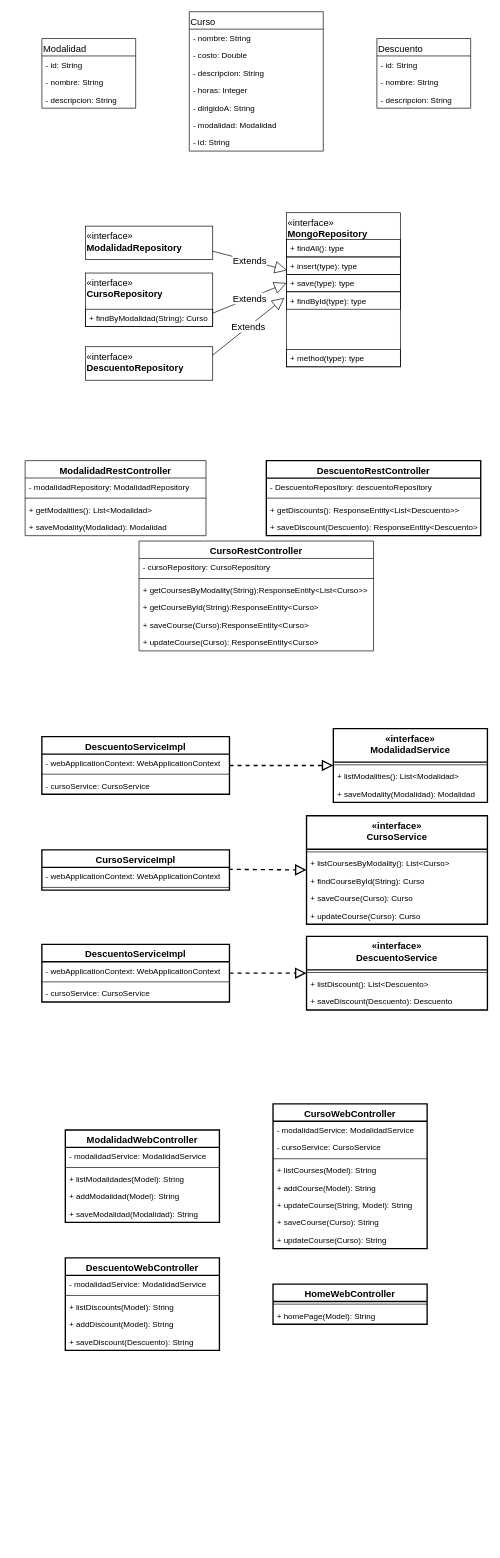
This is page "Clases" (3 of 3) of Analisis/Diagramas.drawio from j2buzon/JuanJoseBuzonPruebaJavaItehlDigital, a draw.io file, before an edit. Source tidied: cells renumbered, new cells numbered last; positions are measured from the earlier drawing's top-left corner, leaving out a move shared by most shapes. Both pictures are drawn from the tidied source at 67%, with x=0, y=0 at pixel (25, 11).
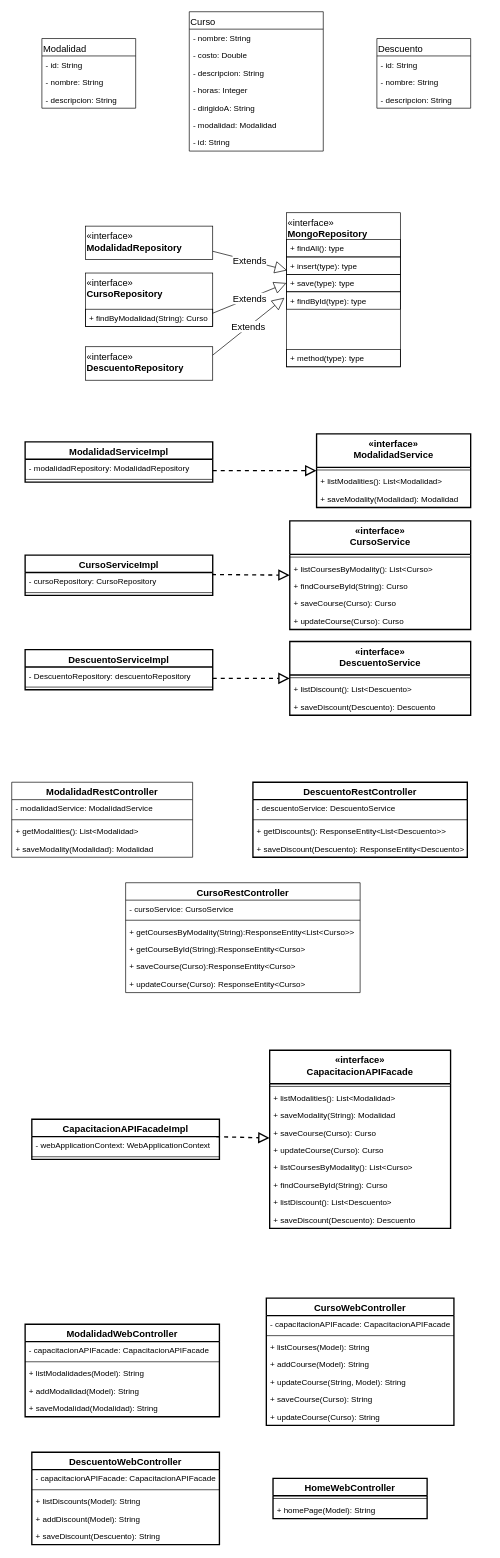
Above is the later version.

The edit, as a diff of the source:
```diff
@@
     <mxCell id="18" value="ModalidadRestController" style="swimlane;fontStyle=1;align=center;verticalAlign=top;horizontal=1;startSize=26;fontSize=14;" parent="1" vertex="1">
-      <mxGeometry y="670" width="270" height="112" as="geometry" />
+      <mxGeometry x="-20" y="1150" width="270" height="112" as="geometry" />
     </mxCell>
-    <mxCell id="19" value="- modalidadRepository: ModalidadRepository" style="text;strokeColor=none;fillColor=none;align=left;verticalAlign=top;spacingLeft=4;spacingRight=4;overflow=hidden;" parent="18" vertex="1">
+    <mxCell id="19" value="- modalidadService: ModalidadService" style="text;strokeColor=none;fillColor=none;align=left;verticalAlign=top;spacingLeft=4;spacingRight=4;overflow=hidden;" parent="18" vertex="1">
       <mxGeometry y="26" width="270" height="26" as="geometry" />
     </mxCell>
@@
     <mxCell id="37" value="CursoRestController" style="swimlane;fontStyle=1;align=center;verticalAlign=top;horizontal=1;startSize=26;fontSize=14;strokeColor=#000000;" parent="1" vertex="1">
-      <mxGeometry x="170" y="790" width="350" height="164" as="geometry" />
+      <mxGeometry x="150" y="1300" width="350" height="164" as="geometry" />
     </mxCell>
-    <mxCell id="38" value="- cursoRepository: CursoRepository" style="text;strokeColor=none;fillColor=none;align=left;verticalAlign=top;spacingLeft=4;spacingRight=4;overflow=hidden;" parent="37" vertex="1">
+    <mxCell id="38" value="- cursoService: CursoService" style="text;strokeColor=none;fillColor=none;align=left;verticalAlign=top;spacingLeft=4;spacingRight=4;overflow=hidden;" parent="37" vertex="1">
       <mxGeometry y="26" width="350" height="26" as="geometry" />
     </mxCell>
@@
     <mxCell id="44" value="DescuentoRestController" style="swimlane;fontStyle=1;align=center;verticalAlign=top;horizontal=1;startSize=26;fontSize=14;strokeColor=#000000;strokeWidth=2;" parent="1" vertex="1">
-      <mxGeometry x="360" y="670" width="320" height="112" as="geometry" />
+      <mxGeometry x="340" y="1150" width="320" height="112" as="geometry" />
     </mxCell>
-    <mxCell id="45" value="- DescuentoRepository: descuentoRepository" style="text;strokeColor=none;fillColor=none;align=left;verticalAlign=top;spacingLeft=4;spacingRight=4;overflow=hidden;" parent="44" vertex="1">
+    <mxCell id="45" value="- descuentoService: DescuentoService" style="text;strokeColor=none;fillColor=none;align=left;verticalAlign=top;spacingLeft=4;spacingRight=4;overflow=hidden;" parent="44" vertex="1">
       <mxGeometry y="26" width="320" height="26" as="geometry" />
     </mxCell>
@@
     <mxCell id="49" value="«interface»&#10;ModalidadService" style="swimlane;fontStyle=1;align=center;verticalAlign=top;horizontal=1;startSize=50;fontSize=14;strokeColor=#000000;strokeWidth=2;" parent="1" vertex="1">
-      <mxGeometry x="460" y="1070" width="230" height="110" as="geometry" />
+      <mxGeometry x="435" y="630" width="230" height="110" as="geometry" />
     </mxCell>
@@
-    <mxCell id="53" value="DescuentoServiceImpl" style="swimlane;fontStyle=1;align=center;verticalAlign=top;horizontal=1;startSize=26;fontSize=14;strokeColor=#000000;strokeWidth=2;" parent="1" vertex="1">
-      <mxGeometry x="25" y="1082" width="280" height="86" as="geometry" />
+    <mxCell id="53" value="ModalidadServiceImpl" style="swimlane;fontStyle=1;align=center;verticalAlign=top;horizontal=1;startSize=26;fontSize=14;strokeColor=#000000;strokeWidth=2;" parent="1" vertex="1">
+      <mxGeometry y="642" width="280" height="60" as="geometry" />
     </mxCell>
-    <mxCell id="54" value="- webApplicationContext: WebApplicationContext" style="text;strokeColor=none;fillColor=none;align=left;verticalAlign=top;spacingLeft=4;spacingRight=4;overflow=hidden;" parent="53" vertex="1">
+    <mxCell id="54" value="- modalidadRepository: ModalidadRepository" style="text;strokeColor=none;fillColor=none;align=left;verticalAlign=top;spacingLeft=4;spacingRight=4;overflow=hidden;" parent="53" vertex="1">
       <mxGeometry y="26" width="280" height="26" as="geometry" />
     </mxCell>
@@
-    <mxCell id="56" value="- cursoService: CursoService" style="text;strokeColor=none;fillColor=none;align=left;verticalAlign=top;spacingLeft=4;spacingRight=4;overflow=hidden;" parent="53" vertex="1">
-      <mxGeometry y="60" width="280" height="26" as="geometry" />
-    </mxCell>
     <mxCell id="57" style="endArrow=block;dashed=1;endFill=0;endSize=12;html=1;fontSize=14;strokeWidth=2;entryX=0;entryY=0.5;entryDx=0;entryDy=0;" parent="1" edge="1" target="49">
       <mxGeometry relative="1" as="geometry">
-        <mxPoint x="305" y="1125" as="sourcePoint" />
+        <mxPoint x="280" y="685" as="sourcePoint" />
       </mxGeometry>
     </mxCell>
     <mxCell id="58" value="«interface»&#10;CursoService" style="swimlane;fontStyle=1;align=center;verticalAlign=top;horizontal=1;startSize=50;fontSize=14;strokeColor=#000000;strokeWidth=2;" parent="1" vertex="1">
-      <mxGeometry x="420" y="1200" width="270" height="162" as="geometry" />
+      <mxGeometry x="395" y="760" width="270" height="162" as="geometry" />
     </mxCell>
@@
     <mxCell id="64" value="CursoServiceImpl" style="swimlane;fontStyle=1;align=center;verticalAlign=top;horizontal=1;startSize=26;fontSize=14;strokeColor=#000000;strokeWidth=2;" parent="1" vertex="1">
-      <mxGeometry x="25" y="1251" width="280" height="60" as="geometry" />
+      <mxGeometry y="811" width="280" height="60" as="geometry" />
     </mxCell>
-    <mxCell id="65" value="- webApplicationContext: WebApplicationContext" style="text;strokeColor=none;fillColor=none;align=left;verticalAlign=top;spacingLeft=4;spacingRight=4;overflow=hidden;points=[[0,0.5],[1,0.5]];portConstraint=eastwest;" parent="64" vertex="1">
+    <mxCell id="65" value="- cursoRepository: CursoRepository" style="text;strokeColor=none;fillColor=none;align=left;verticalAlign=top;spacingLeft=4;spacingRight=4;overflow=hidden;points=[[0,0.5],[1,0.5]];portConstraint=eastwest;" parent="64" vertex="1">
       <mxGeometry y="26" width="280" height="26" as="geometry" />
     </mxCell>
@@
     <mxCell id="68" value="«interface»&#10;DescuentoService" style="swimlane;fontStyle=1;align=center;verticalAlign=top;horizontal=1;startSize=50;fontSize=14;strokeColor=#000000;strokeWidth=2;" parent="1" vertex="1">
-      <mxGeometry x="420" y="1380" width="270" height="110" as="geometry" />
+      <mxGeometry x="395" y="940" width="270" height="110" as="geometry" />
     </mxCell>
@@
     <mxCell id="72" value="DescuentoServiceImpl" style="swimlane;fontStyle=1;align=center;verticalAlign=top;horizontal=1;startSize=26;fontSize=14;strokeColor=#000000;strokeWidth=2;" parent="1" vertex="1">
-      <mxGeometry x="25" y="1392" width="280" height="86" as="geometry" />
+      <mxGeometry y="952" width="280" height="60" as="geometry" />
     </mxCell>
-    <mxCell id="73" value="- webApplicationContext: WebApplicationContext" style="text;strokeColor=none;fillColor=none;align=left;verticalAlign=top;spacingLeft=4;spacingRight=4;overflow=hidden;" parent="72" vertex="1">
+    <mxCell id="73" value="- DescuentoRepository: descuentoRepository" style="text;strokeColor=none;fillColor=none;align=left;verticalAlign=top;spacingLeft=4;spacingRight=4;overflow=hidden;" parent="72" vertex="1">
       <mxGeometry y="26" width="280" height="26" as="geometry" />
     </mxCell>
@@
-    <mxCell id="75" value="- cursoService: CursoService" style="text;strokeColor=none;fillColor=none;align=left;verticalAlign=top;spacingLeft=4;spacingRight=4;overflow=hidden;" parent="72" vertex="1">
-      <mxGeometry y="60" width="280" height="26" as="geometry" />
-    </mxCell>
     <mxCell id="76" style="endArrow=block;dashed=1;endFill=0;endSize=12;html=1;fontSize=14;strokeWidth=2;entryX=0;entryY=0.5;entryDx=0;entryDy=0;" parent="1" edge="1" target="68">
       <mxGeometry relative="1" as="geometry">
-        <mxPoint x="305" y="1435" as="sourcePoint" />
+        <mxPoint x="280" y="995" as="sourcePoint" />
       </mxGeometry>
     </mxCell>
     <mxCell id="77" value="ModalidadWebController" style="swimlane;fontStyle=1;align=center;verticalAlign=top;horizontal=1;startSize=26;fontSize=14;strokeColor=#000000;strokeWidth=2;" parent="1" vertex="1">
-      <mxGeometry x="60" y="1669" width="230" height="138" as="geometry" />
+      <mxGeometry y="1959" width="290" height="138" as="geometry" />
     </mxCell>
-    <mxCell id="78" value="- modalidadService: ModalidadService" style="text;strokeColor=none;fillColor=none;align=left;verticalAlign=top;spacingLeft=4;spacingRight=4;overflow=hidden;" parent="77" vertex="1">
-      <mxGeometry y="26" width="230" height="26" as="geometry" />
+    <mxCell id="78" value="- capacitacionAPIFacade: CapacitacionAPIFacade" style="text;strokeColor=none;fillColor=none;align=left;verticalAlign=top;spacingLeft=4;spacingRight=4;overflow=hidden;" parent="77" vertex="1">
+      <mxGeometry y="26" width="290" height="26" as="geometry" />
     </mxCell>
     <mxCell id="79" style="line;strokeWidth=1;fillColor=none;align=left;verticalAlign=middle;spacingTop=-1;spacingLeft=3;spacingRight=3;labelPosition=right;" parent="77" vertex="1">
-      <mxGeometry y="52" width="230" height="8" as="geometry" />
+      <mxGeometry y="52" width="290" height="8" as="geometry" />
     </mxCell>
     <mxCell id="80" value="+ listModalidades(Model): String" style="text;strokeColor=none;fillColor=none;align=left;verticalAlign=top;spacingLeft=4;spacingRight=4;overflow=hidden;" parent="77" vertex="1">
-      <mxGeometry y="60" width="230" height="26" as="geometry" />
+      <mxGeometry y="60" width="290" height="26" as="geometry" />
     </mxCell>
     <mxCell id="81" value="+ addModalidad(Model): String" style="text;strokeColor=none;fillColor=none;align=left;verticalAlign=top;spacingLeft=4;spacingRight=4;overflow=hidden;" parent="77" vertex="1">
-      <mxGeometry y="86" width="230" height="26" as="geometry" />
+      <mxGeometry y="86" width="290" height="26" as="geometry" />
     </mxCell>
     <mxCell id="82" value="+ saveModalidad(Modalidad): String" style="text;strokeColor=none;fillColor=none;align=left;verticalAlign=top;spacingLeft=4;spacingRight=4;overflow=hidden;" parent="77" vertex="1">
-      <mxGeometry y="112" width="230" height="26" as="geometry" />
+      <mxGeometry y="112" width="290" height="26" as="geometry" />
     </mxCell>
     <mxCell id="83" value="CursoWebController" style="swimlane;fontStyle=1;align=center;verticalAlign=top;horizontal=1;startSize=26;fontSize=14;strokeColor=#000000;strokeWidth=2;" parent="1" vertex="1">
-      <mxGeometry x="370" y="1630" width="230" height="216" as="geometry" />
+      <mxGeometry x="360" y="1920" width="280" height="190" as="geometry" />
     </mxCell>
-    <mxCell id="84" value="- modalidadService: ModalidadService" style="text;strokeColor=none;fillColor=none;align=left;verticalAlign=top;spacingLeft=4;spacingRight=4;overflow=hidden;" parent="83" vertex="1">
-      <mxGeometry y="26" width="230" height="26" as="geometry" />
+    <mxCell id="84" value="- capacitacionAPIFacade: CapacitacionAPIFacade" style="text;strokeColor=none;fillColor=none;align=left;verticalAlign=top;spacingLeft=4;spacingRight=4;overflow=hidden;" parent="83" vertex="1">
+      <mxGeometry y="26" width="280" height="26" as="geometry" />
     </mxCell>
-    <mxCell id="85" value="- cursoService: CursoService" style="text;strokeColor=none;fillColor=none;align=left;verticalAlign=top;spacingLeft=4;spacingRight=4;overflow=hidden;" parent="83" vertex="1">
-      <mxGeometry y="52" width="230" height="26" as="geometry" />
-    </mxCell>
     <mxCell id="86" style="line;strokeWidth=1;fillColor=none;align=left;verticalAlign=middle;spacingTop=-1;spacingLeft=3;spacingRight=3;labelPosition=right;" parent="83" vertex="1">
-      <mxGeometry y="78" width="230" height="8" as="geometry" />
+      <mxGeometry y="52" width="280" height="8" as="geometry" />
     </mxCell>
     <mxCell id="87" value="+ listCourses(Model): String" style="text;strokeColor=none;fillColor=none;align=left;verticalAlign=top;spacingLeft=4;spacingRight=4;overflow=hidden;" parent="83" vertex="1">
-      <mxGeometry y="86" width="230" height="26" as="geometry" />
+      <mxGeometry y="60" width="280" height="26" as="geometry" />
     </mxCell>
     <mxCell id="88" value="+ addCourse(Model): String" style="text;strokeColor=none;fillColor=none;align=left;verticalAlign=top;spacingLeft=4;spacingRight=4;overflow=hidden;" parent="83" vertex="1">
-      <mxGeometry y="112" width="230" height="26" as="geometry" />
+      <mxGeometry y="86" width="280" height="26" as="geometry" />
     </mxCell>
     <mxCell id="89" value="+ updateCourse(String, Model): String" style="text;strokeColor=none;fillColor=none;align=left;verticalAlign=top;spacingLeft=4;spacingRight=4;overflow=hidden;" parent="83" vertex="1">
-      <mxGeometry y="138" width="230" height="26" as="geometry" />
+      <mxGeometry y="112" width="280" height="26" as="geometry" />
     </mxCell>
     <mxCell id="90" value="+ saveCourse(Curso): String" style="text;strokeColor=none;fillColor=none;align=left;verticalAlign=top;spacingLeft=4;spacingRight=4;overflow=hidden;" parent="83" vertex="1">
-      <mxGeometry y="164" width="230" height="26" as="geometry" />
+      <mxGeometry y="138" width="280" height="26" as="geometry" />
     </mxCell>
     <mxCell id="91" value="+ updateCourse(Curso): String" style="text;strokeColor=none;fillColor=none;align=left;verticalAlign=top;spacingLeft=4;spacingRight=4;overflow=hidden;" parent="83" vertex="1">
-      <mxGeometry y="190" width="230" height="26" as="geometry" />
+      <mxGeometry y="164" width="280" height="26" as="geometry" />
     </mxCell>
     <mxCell id="92" value="DescuentoWebController" style="swimlane;fontStyle=1;align=center;verticalAlign=top;horizontal=1;startSize=26;fontSize=14;strokeColor=#000000;strokeWidth=2;" parent="1" vertex="1">
-      <mxGeometry x="60" y="1860" width="230" height="138" as="geometry" />
+      <mxGeometry x="10" y="2150" width="280" height="138" as="geometry" />
     </mxCell>
-    <mxCell id="93" value="- modalidadService: ModalidadService" style="text;strokeColor=none;fillColor=none;align=left;verticalAlign=top;spacingLeft=4;spacingRight=4;overflow=hidden;" parent="92" vertex="1">
-      <mxGeometry y="26" width="230" height="26" as="geometry" />
+    <mxCell id="93" value="- capacitacionAPIFacade: CapacitacionAPIFacade" style="text;strokeColor=none;fillColor=none;align=left;verticalAlign=top;spacingLeft=4;spacingRight=4;overflow=hidden;" parent="92" vertex="1">
+      <mxGeometry y="26" width="280" height="26" as="geometry" />
     </mxCell>
     <mxCell id="94" style="line;strokeWidth=1;fillColor=none;align=left;verticalAlign=middle;spacingTop=-1;spacingLeft=3;spacingRight=3;labelPosition=right;" parent="92" vertex="1">
-      <mxGeometry y="52" width="230" height="8" as="geometry" />
+      <mxGeometry y="52" width="280" height="8" as="geometry" />
     </mxCell>
     <mxCell id="95" value="+ listDiscounts(Model): String" style="text;strokeColor=none;fillColor=none;align=left;verticalAlign=top;spacingLeft=4;spacingRight=4;overflow=hidden;" parent="92" vertex="1">
-      <mxGeometry y="60" width="230" height="26" as="geometry" />
+      <mxGeometry y="60" width="280" height="26" as="geometry" />
     </mxCell>
     <mxCell id="96" value="+ addDiscount(Model): String" style="text;strokeColor=none;fillColor=none;align=left;verticalAlign=top;spacingLeft=4;spacingRight=4;overflow=hidden;" parent="92" vertex="1">
-      <mxGeometry y="86" width="230" height="26" as="geometry" />
+      <mxGeometry y="86" width="280" height="26" as="geometry" />
     </mxCell>
     <mxCell id="97" value="+ saveDiscount(Descuento): String" style="text;strokeColor=none;fillColor=none;align=left;verticalAlign=top;spacingLeft=4;spacingRight=4;overflow=hidden;" parent="92" vertex="1">
-      <mxGeometry y="112" width="230" height="26" as="geometry" />
+      <mxGeometry y="112" width="280" height="26" as="geometry" />
     </mxCell>
     <mxCell id="98" value="HomeWebController" style="swimlane;fontStyle=1;align=center;verticalAlign=top;horizontal=1;startSize=26;fontSize=14;strokeColor=#000000;strokeWidth=2;" parent="1" vertex="1">
-      <mxGeometry x="370" y="1899" width="230" height="60" as="geometry" />
+      <mxGeometry x="370" y="2189" width="230" height="60" as="geometry" />
     </mxCell>
@@
+    <mxCell id="101" value="«interface»&#10;CapacitacionAPIFacade" style="swimlane;fontStyle=1;align=center;verticalAlign=top;horizontal=1;startSize=50;fontSize=14;strokeColor=#000000;strokeWidth=2;" parent="1" vertex="1">
+      <mxGeometry x="365" y="1550" width="270" height="266" as="geometry" />
+    </mxCell>
+    <mxCell id="102" style="line;strokeWidth=1;fillColor=none;align=left;verticalAlign=middle;spacingTop=-1;spacingLeft=3;spacingRight=3;labelPosition=right;" parent="101" vertex="1">
+      <mxGeometry y="50" width="270" height="8" as="geometry" />
+    </mxCell>
+    <mxCell id="103" value="+ listModalities(): List&lt;Modalidad&gt;" style="text;strokeColor=none;fillColor=none;align=left;verticalAlign=top;spacingLeft=4;spacingRight=4;overflow=hidden;" parent="101" vertex="1">
+      <mxGeometry y="58" width="270" height="26" as="geometry" />
+    </mxCell>
+    <mxCell id="104" value="+ saveModality(String): Modalidad" style="text;strokeColor=none;fillColor=none;align=left;verticalAlign=top;spacingLeft=4;spacingRight=4;overflow=hidden;" parent="101" vertex="1">
+      <mxGeometry y="84" width="270" height="26" as="geometry" />
+    </mxCell>
+    <mxCell id="105" value="+ saveCourse(Curso): Curso" style="text;strokeColor=none;fillColor=none;align=left;verticalAlign=top;spacingLeft=4;spacingRight=4;overflow=hidden;points=[[0,0.5],[1,0.5]];portConstraint=eastwest;" parent="101" vertex="1">
+      <mxGeometry y="110" width="270" height="26" as="geometry" />
+    </mxCell>
+    <mxCell id="106" value="+ updateCourse(Curso): Curso" style="text;strokeColor=none;fillColor=none;align=left;verticalAlign=top;spacingLeft=4;spacingRight=4;overflow=hidden;" parent="101" vertex="1">
+      <mxGeometry y="136" width="270" height="26" as="geometry" />
+    </mxCell>
+    <mxCell id="107" value="+ listCoursesByModality(): List&lt;Curso&gt;" style="text;strokeColor=none;fillColor=none;align=left;verticalAlign=top;spacingLeft=4;spacingRight=4;overflow=hidden;" parent="101" vertex="1">
+      <mxGeometry y="162" width="270" height="26" as="geometry" />
+    </mxCell>
+    <mxCell id="108" value="+ findCourseById(String): Curso" style="text;strokeColor=none;fillColor=none;align=left;verticalAlign=top;spacingLeft=4;spacingRight=4;overflow=hidden;" parent="101" vertex="1">
+      <mxGeometry y="188" width="270" height="26" as="geometry" />
+    </mxCell>
+    <mxCell id="109" value="+ listDiscount(): List&lt;Descuento&gt;" style="text;strokeColor=none;fillColor=none;align=left;verticalAlign=top;spacingLeft=4;spacingRight=4;overflow=hidden;" parent="101" vertex="1">
+      <mxGeometry y="214" width="270" height="26" as="geometry" />
+    </mxCell>
+    <mxCell id="110" value="+ saveDiscount(Descuento): Descuento" style="text;strokeColor=none;fillColor=none;align=left;verticalAlign=top;spacingLeft=4;spacingRight=4;overflow=hidden;" parent="101" vertex="1">
+      <mxGeometry y="240" width="270" height="26" as="geometry" />
+    </mxCell>
+    <mxCell id="111" value="CapacitacionAPIFacadeImpl" style="swimlane;fontStyle=1;align=center;verticalAlign=top;horizontal=1;startSize=26;fontSize=14;strokeColor=#000000;strokeWidth=2;" parent="1" vertex="1">
+      <mxGeometry x="10" y="1653" width="280" height="60" as="geometry" />
+    </mxCell>
+    <mxCell id="112" value="- webApplicationContext: WebApplicationContext" style="text;strokeColor=none;fillColor=none;align=left;verticalAlign=top;spacingLeft=4;spacingRight=4;overflow=hidden;points=[[0,0.5],[1,0.5]];portConstraint=eastwest;" parent="111" vertex="1">
+      <mxGeometry y="26" width="280" height="26" as="geometry" />
+    </mxCell>
+    <mxCell id="113" style="line;strokeWidth=1;fillColor=none;align=left;verticalAlign=middle;spacingTop=-1;spacingLeft=3;spacingRight=3;labelPosition=right;" parent="111" vertex="1">
+      <mxGeometry y="52" width="280" height="8" as="geometry" />
+    </mxCell>
+    <mxCell id="114" style="endArrow=block;dashed=1;endFill=0;endSize=12;html=1;fontSize=14;strokeWidth=2;exitX=0.982;exitY=0;exitDx=0;exitDy=0;exitPerimeter=0;entryX=0;entryY=0.808;entryDx=0;entryDy=0;entryPerimeter=0;" parent="1" edge="1" source="112" target="105">
+      <mxGeometry relative="1" as="geometry" />
+    </mxCell>
```
